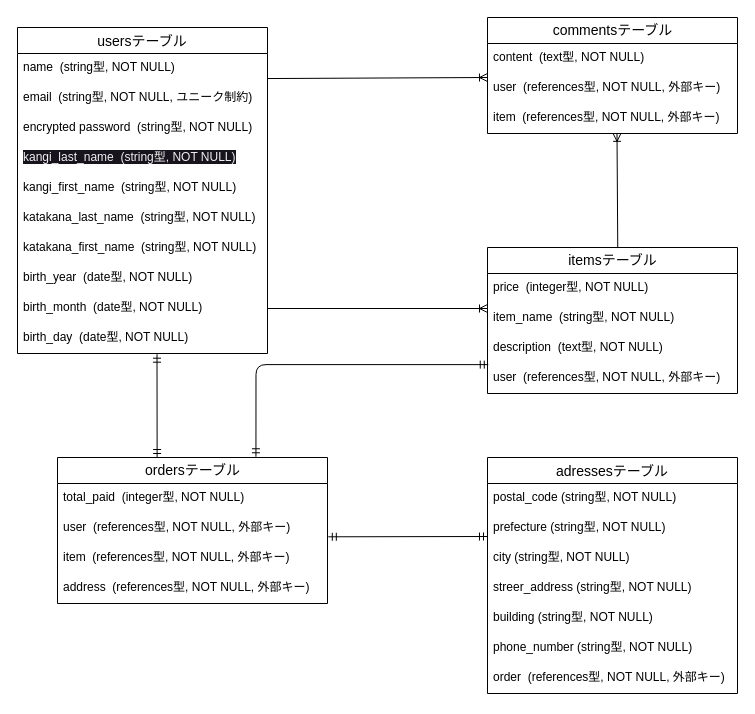
Before: ER_furima-40384.dio in hiro501/furima-40384, a draw.io diagram. Source tidied: cells renumbered, new cells numbered last; positions are measured from the earlier drawing's top-left corner, leaving out a move shared by most shapes. Both pictures are drawn from the tidied source at 100%, with x=0, y=0 at pixel (17, 17).
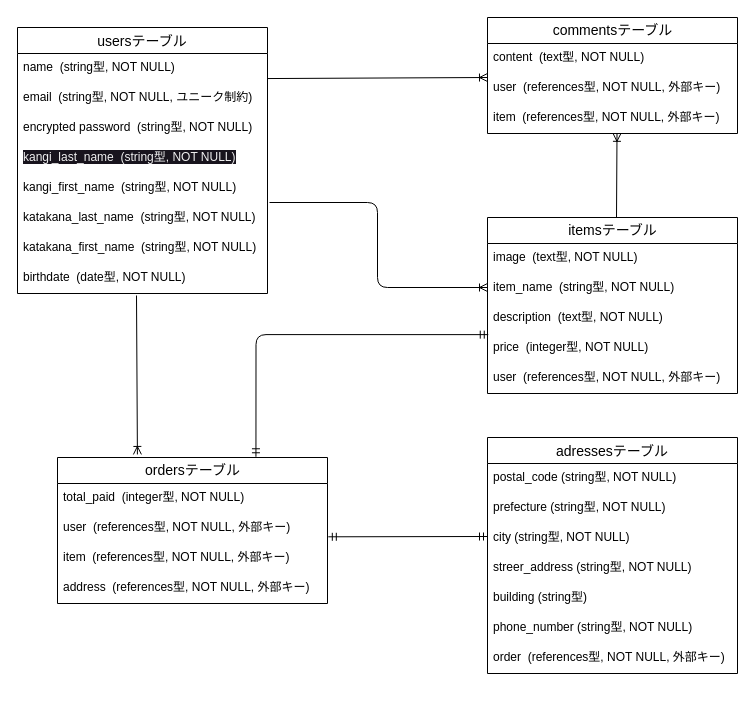
The same diagram, later.

Commit message (it also covers changes not shown here):
READMEの修正２回目

The change refers to these unchanged cells:
```xml
<mxCell id="8" value="katakana_last_name&amp;nbsp; (string型, NOT NULL)" style="text;strokeColor=none;fillColor=none;spacingLeft=4;spacingRight=4;overflow=hidden;points=[[0,0.5],[1,0.5]];portConstraint=eastwest;fontSize=12;labelBackgroundColor=default;html=1;" parent="2" vertex="1">
  <mxGeometry y="176" width="250" height="30" as="geometry" />
</mxCell>
<mxCell id="15" value="item_name&amp;nbsp; (string型, NOT NULL)" style="text;strokeColor=none;fillColor=none;spacingLeft=4;spacingRight=4;overflow=hidden;points=[[0,0.5],[1,0.5]];portConstraint=eastwest;fontSize=12;labelBackgroundColor=default;html=1;" parent="13" vertex="1">
  <mxGeometry y="56" width="250" height="30" as="geometry" />
</mxCell>
<mxCell id="21" value="item&amp;nbsp; (references型, NOT NULL, 外部キー)" style="text;strokeColor=none;fillColor=none;spacingLeft=4;spacingRight=4;overflow=hidden;points=[[0,0.5],[1,0.5]];portConstraint=eastwest;fontSize=12;labelBackgroundColor=default;html=1;" parent="18" vertex="1">
  <mxGeometry y="86" width="250" height="30" as="geometry" />
</mxCell>
<mxCell id="22" value="ordersテーブル" style="swimlane;fontStyle=0;horizontal=1;startSize=26;align=center;fontSize=14;labelBackgroundColor=default;html=1;" parent="1" vertex="1">
  <mxGeometry x="40" y="440" width="270" height="146" as="geometry" />
</mxCell>
```

Diff of the diagram source:
```diff
@@
     <mxCell id="2" value="usersテーブル" style="swimlane;fontStyle=0;horizontal=1;startSize=26;align=center;fontSize=14;" parent="1" vertex="1">
-      <mxGeometry y="10" width="250" height="326" as="geometry" />
+      <mxGeometry y="10" width="250" height="266" as="geometry" />
     </mxCell>
@@
-    <mxCell id="10" value="birth_year  (date型, NOT NULL)" style="text;strokeColor=none;fillColor=none;spacingLeft=4;spacingRight=4;overflow=hidden;points=[[0,0.5],[1,0.5]];portConstraint=eastwest;fontSize=12;" parent="2" vertex="1">
+    <mxCell id="10" value="birthdate&amp;nbsp; (date型, NOT NULL)" style="text;strokeColor=none;fillColor=none;spacingLeft=4;spacingRight=4;overflow=hidden;points=[[0,0.5],[1,0.5]];portConstraint=eastwest;fontSize=12;html=1;" parent="2" vertex="1">
       <mxGeometry y="236" width="250" height="30" as="geometry" />
     </mxCell>
-    <mxCell id="11" value="birth_month  (date型, NOT NULL)" style="text;strokeColor=none;fillColor=none;spacingLeft=4;spacingRight=4;overflow=hidden;fontSize=12;" parent="2" vertex="1">
-      <mxGeometry y="266" width="250" height="30" as="geometry" />
-    </mxCell>
-    <mxCell id="12" value="birth_day  (date型, NOT NULL)" style="text;strokeColor=none;fillColor=none;spacingLeft=4;spacingRight=4;overflow=hidden;points=[[0,0.5],[1,0.5]];portConstraint=eastwest;fontSize=12;" parent="2" vertex="1">
-      <mxGeometry y="296" width="250" height="30" as="geometry" />
-    </mxCell>
     <mxCell id="13" value="itemsテーブル" style="swimlane;fontStyle=0;horizontal=1;startSize=26;align=center;fontSize=14;labelBackgroundColor=default;html=1;" parent="1" vertex="1">
-      <mxGeometry x="470" y="230" width="250" height="146" as="geometry" />
+      <mxGeometry x="470" y="200" width="250" height="176" as="geometry" />
     </mxCell>
-    <mxCell id="14" value="price&amp;nbsp; (integer型, NOT NULL)" style="text;strokeColor=none;fillColor=none;spacingLeft=4;spacingRight=4;overflow=hidden;fontSize=12;labelBackgroundColor=default;html=1;" parent="13" vertex="1">
-      <mxGeometry y="26" width="250" height="30" as="geometry" />
-    </mxCell>
+    <mxCell id="41" value="image  (text型, NOT NULL)" style="text;strokeColor=none;fillColor=none;spacingLeft=4;spacingRight=4;overflow=hidden;fontSize=12;" parent="13" vertex="1">
+      <mxGeometry y="26" width="250" height="30" as="geometry" />
+    </mxCell>
@@
+    <mxCell id="14" value="price&amp;nbsp; (integer型, NOT NULL)" style="text;strokeColor=none;fillColor=none;spacingLeft=4;spacingRight=4;overflow=hidden;fontSize=12;labelBackgroundColor=default;html=1;" parent="13" vertex="1">
+      <mxGeometry y="116" width="250" height="30" as="geometry" />
+    </mxCell>
     <mxCell id="17" value="user&amp;nbsp; (references型, NOT NULL, 外部キー)" style="text;strokeColor=none;fillColor=none;spacingLeft=4;spacingRight=4;overflow=hidden;fontSize=12;labelBackgroundColor=default;html=1;" parent="13" vertex="1">
-      <mxGeometry y="116" width="250" height="30" as="geometry" />
+      <mxGeometry y="146" width="250" height="30" as="geometry" />
     </mxCell>
@@
     <mxCell id="27" value="adressesテーブル" style="swimlane;fontStyle=0;horizontal=1;startSize=26;align=center;fontSize=14;" parent="1" vertex="1">
-      <mxGeometry x="470" y="440" width="250" height="236" as="geometry" />
+      <mxGeometry x="470" y="420" width="250" height="236" as="geometry" />
     </mxCell>
@@
-    <mxCell id="32" value="building (string型, NOT NULL)" style="text;strokeColor=none;fillColor=none;spacingLeft=4;spacingRight=4;overflow=hidden;fontSize=12;" parent="27" vertex="1">
+    <mxCell id="32" value="building (string型)" style="text;strokeColor=none;fillColor=none;spacingLeft=4;spacingRight=4;overflow=hidden;fontSize=12;" parent="27" vertex="1">
       <mxGeometry y="146" width="250" height="30" as="geometry" />
     </mxCell>
@@
-    <mxCell id="36" style="fontSize=12;html=1;endArrow=ERoneToMany;exitX=0.521;exitY=0.004;exitDx=0;exitDy=0;exitPerimeter=0;entryX=0.518;entryY=0.994;entryDx=0;entryDy=0;entryPerimeter=0;" parent="1" edge="1" source="13" target="21">
-      <mxGeometry relative="1" as="geometry" />
+    <mxCell id="36" style="fontSize=12;html=1;endArrow=ERoneToMany;entryX=0.518;entryY=0.994;entryDx=0;entryDy=0;entryPerimeter=0;" parent="1" edge="1" target="21">
+      <mxGeometry relative="1" as="geometry">
+        <mxPoint x="599" y="200" as="sourcePoint" />
+      </mxGeometry>
     </mxCell>
-    <mxCell id="37" style="fontSize=12;html=1;endArrow=ERoneToMany;" parent="1" edge="1">
+    <mxCell id="37" style="fontSize=12;html=1;endArrow=ERoneToMany;edgeStyle=orthogonalEdgeStyle;exitX=1.008;exitY=-0.033;exitDx=0;exitDy=0;exitPerimeter=0;entryX=0;entryY=0.467;entryDx=0;entryDy=0;entryPerimeter=0;" parent="1" edge="1" source="8" target="15">
       <mxGeometry relative="1" as="geometry">
-        <mxPoint x="250" y="291" as="sourcePoint" />
-        <mxPoint x="470" y="291" as="targetPoint" />
+        <Array as="points">
+          <mxPoint x="360" y="185" />
+          <mxPoint x="360" y="270" />
+        </Array>
       </mxGeometry>
     </mxCell>
-    <mxCell id="38" style="fontSize=12;html=1;endArrow=ERmandOne;startArrow=ERmandOne;entryX=0.558;entryY=1.023;entryDx=0;entryDy=0;entryPerimeter=0;exitX=0.369;exitY=0;exitDx=0;exitDy=0;exitPerimeter=0;" parent="1" edge="1" source="22" target="12">
-      <mxGeometry relative="1" as="geometry" />
-    </mxCell>
@@
+    <mxCell id="42" style="fontSize=12;html=1;endArrow=ERoneToMany;entryX=0.296;entryY=-0.021;entryDx=0;entryDy=0;entryPerimeter=0;exitX=0.476;exitY=1.067;exitDx=0;exitDy=0;exitPerimeter=0;" parent="1" edge="1" source="10" target="22">
+      <mxGeometry relative="1" as="geometry" />
+    </mxCell>
```
